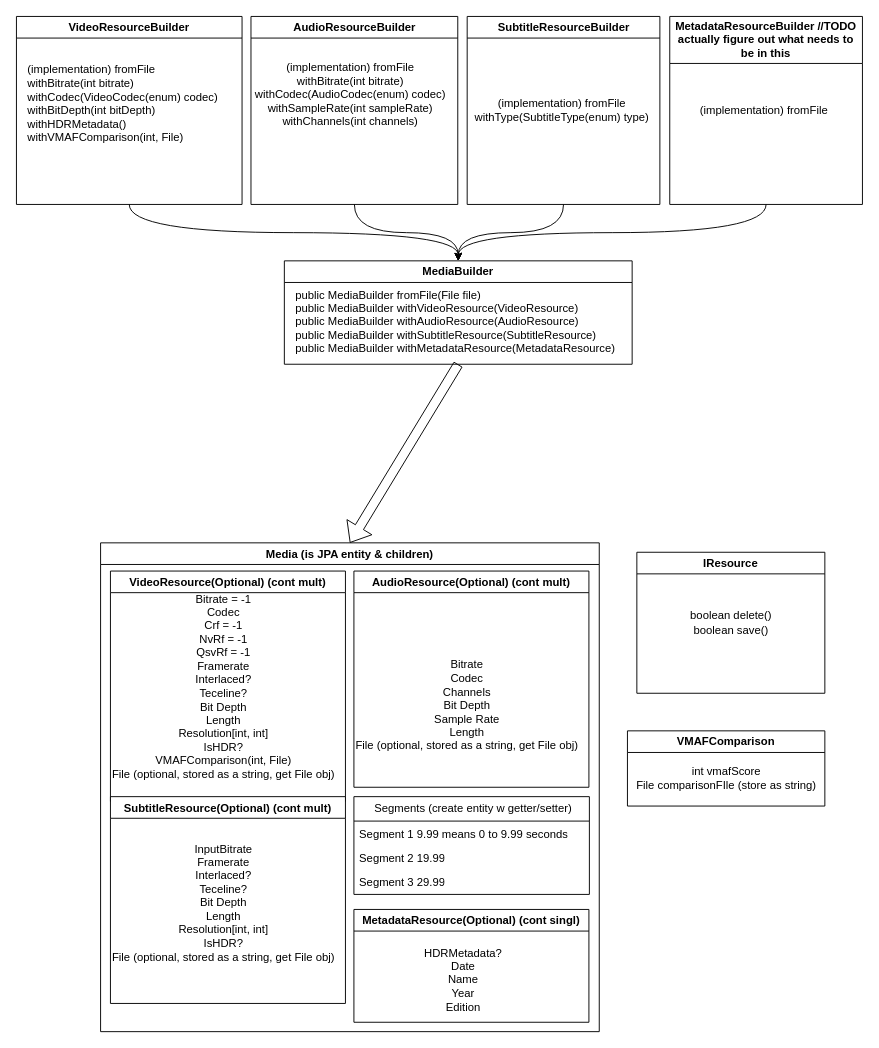
The draw.io diagram docs/JPA_Object_Refactor.drawio in RandomPerson495721/jellyfin-library-manager, before the edit. Source tidied: cells renumbered, new cells numbered last; positions are measured from the earlier drawing's top-left corner, leaving out a move shared by most shapes. Both pictures are drawn from the tidied source at 94%, with x=0, y=0 at pixel (16, 16).
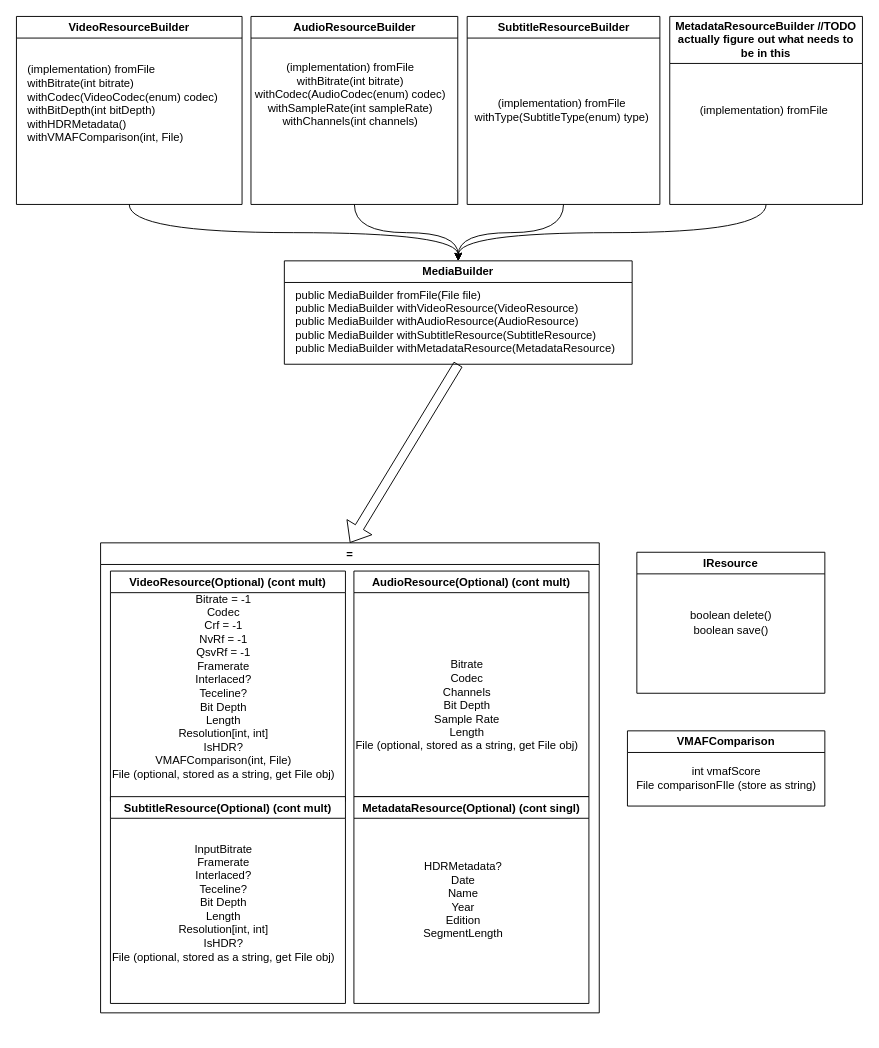
After the change.

What changed in the source:
```diff
@@
-    <mxCell id="2" value="Media (is JPA entity &amp; children)" style="swimlane;perimeterSpacing=0;rounded=0;" parent="1" vertex="1">
-      <mxGeometry x="89.5" y="560" width="530.5" height="520" as="geometry" />
+    <mxCell id="2" value="=" style="swimlane;perimeterSpacing=0;rounded=0;" parent="1" vertex="1">
+      <mxGeometry x="89.5" y="560" width="530.5" height="500" as="geometry" />
     </mxCell>
@@
     <mxCell id="5" value="AudioResource(Optional) (cont mult)" style="swimlane;" parent="2" vertex="1">
-      <mxGeometry x="269.5" y="30" width="250" height="230" as="geometry" />
+      <mxGeometry x="269.5" y="30" width="250" height="240" as="geometry" />
     </mxCell>
@@
-    <mxCell id="9" value="&amp;nbsp;Segments (create entity w getter/setter)" style="swimlane;fontStyle=0;horizontal=1;startSize=26;fillColor=none;html=1;" parent="2" vertex="1">
-      <mxGeometry x="269.5" y="270" width="250.5" height="104" as="geometry" />
-    </mxCell>
-    <mxCell id="10" value="Segment 1 9.99 means 0 to 9.99 seconds" style="text;strokeColor=none;fillColor=none;align=left;verticalAlign=top;spacingLeft=4;spacingRight=4;overflow=hidden;whiteSpace=wrap;html=1;" parent="9" vertex="1">
-      <mxGeometry y="26" width="250.5" height="26" as="geometry" />
-    </mxCell>
-    <mxCell id="11" value="Segment 2 19.99" style="text;strokeColor=none;fillColor=none;align=left;verticalAlign=top;spacingLeft=4;spacingRight=4;overflow=hidden;whiteSpace=wrap;html=1;" parent="9" vertex="1">
-      <mxGeometry y="52" width="250.5" height="26" as="geometry" />
-    </mxCell>
-    <mxCell id="12" value="&lt;div&gt;Segment 3 29.99&lt;/div&gt;" style="text;strokeColor=none;fillColor=none;align=left;verticalAlign=top;spacingLeft=4;spacingRight=4;overflow=hidden;whiteSpace=wrap;html=1;" parent="9" vertex="1">
-      <mxGeometry y="78" width="250.5" height="26" as="geometry" />
-    </mxCell>
     <mxCell id="13" value="MetadataResource(Optional) (cont singl)" style="swimlane;" parent="2" vertex="1">
-      <mxGeometry x="269.5" y="390" width="250" height="120" as="geometry" />
+      <mxGeometry x="269.5" y="270" width="250" height="220" as="geometry" />
     </mxCell>
-    <mxCell id="14" value="&lt;div&gt;HDRMetadata?&lt;/div&gt;&lt;div&gt;Date&lt;/div&gt;&lt;div&gt;Name&lt;/div&gt;&lt;div&gt;Year&lt;/div&gt;&lt;div&gt;Edition&lt;br&gt;&lt;/div&gt;" style="text;html=1;align=center;verticalAlign=middle;strokeColor=none;fillColor=none;" parent="13" vertex="1">
-      <mxGeometry x="61" y="30" width="110" height="90" as="geometry" />
+    <mxCell id="14" value="&lt;div&gt;HDRMetadata?&lt;/div&gt;&lt;div&gt;Date&lt;/div&gt;&lt;div&gt;Name&lt;/div&gt;&lt;div&gt;Year&lt;/div&gt;&lt;div&gt;Edition&lt;/div&gt;&lt;div&gt;SegmentLength&lt;br&gt;&lt;/div&gt;" style="text;html=1;align=center;verticalAlign=middle;strokeColor=none;fillColor=none;" parent="13" vertex="1">
+      <mxGeometry x="61" y="60" width="110" height="100" as="geometry" />
     </mxCell>
```
